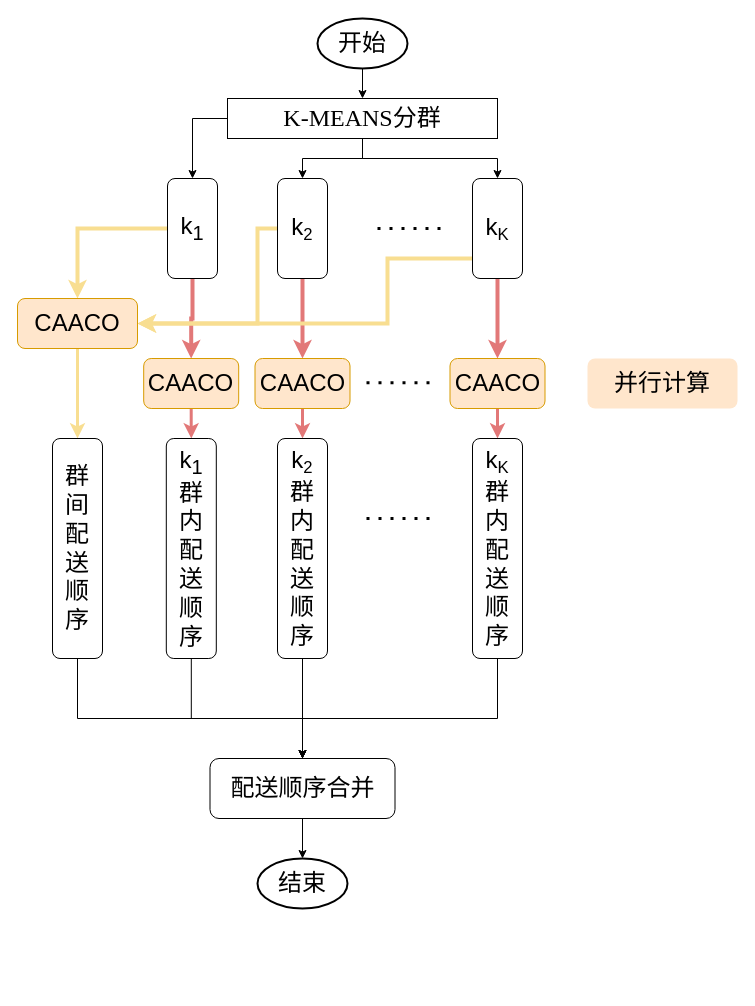
The draw.io diagram 分群CAACO.drawio in AAYESLY/bishe-github, before the edit. Source tidied: cells renumbered, new cells numbered last; positions are measured from the earlier drawing's top-left corner, leaving out a move shared by most shapes. Both pictures are drawn from the tidied source at 100%, with x=0, y=0 at pixel (17, 18).
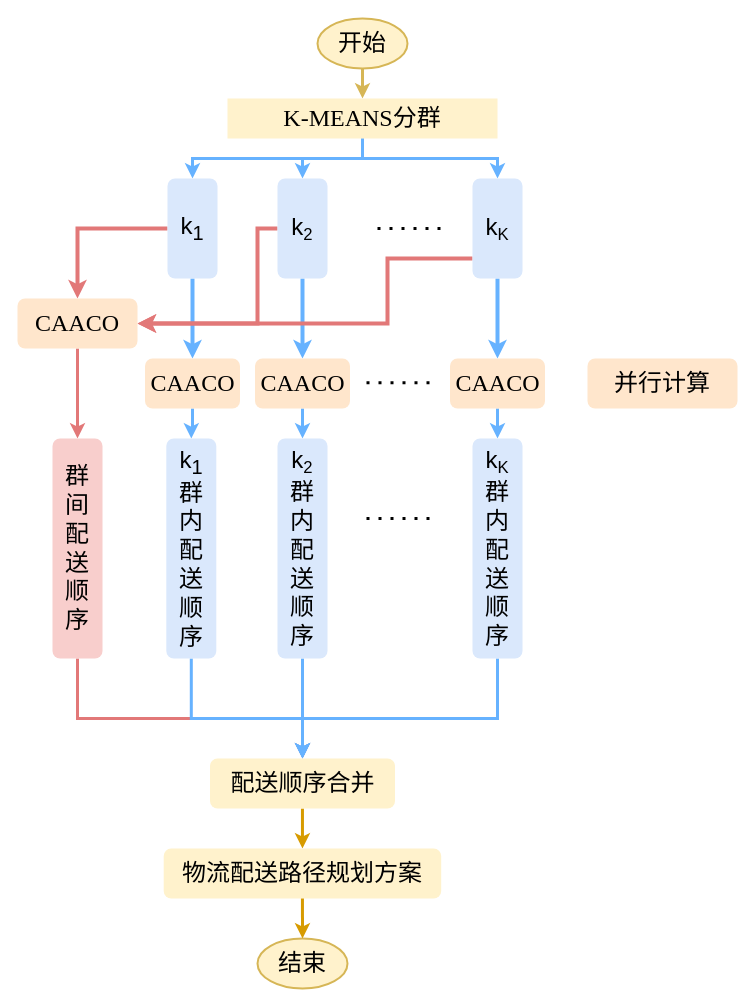
The same page after the edit.

The edit, as a diff of the source:
```diff
@@
-    <mxCell id="2" style="edgeStyle=orthogonalEdgeStyle;rounded=0;jettySize=auto;html=1;fontSize=24;entryX=0.5;entryY=0;entryDx=0;entryDy=0;" parent="1" edge="1" source="3" target="7">
+    <mxCell id="2" style="edgeStyle=orthogonalEdgeStyle;rounded=0;jettySize=auto;html=1;fontSize=24;entryX=0.5;entryY=0;entryDx=0;entryDy=0;strokeWidth=3;fillColor=#fff2cc;strokeColor=#d6b656;" parent="1" edge="1" source="3" target="7">
       <mxGeometry relative="1" as="geometry" />
     </mxCell>
-    <mxCell id="3" value="&lt;font face=&quot;宋体&quot;&gt;开始&lt;/font&gt;" style="strokeWidth=2;html=1;shape=mxgraph.flowchart.start_1;whiteSpace=wrap;fontSize=24;fillColor=none;" parent="1" vertex="1">
+    <mxCell id="3" value="&lt;font face=&quot;宋体&quot;&gt;开始&lt;/font&gt;" style="strokeWidth=2;html=1;shape=mxgraph.flowchart.start_1;whiteSpace=wrap;fontSize=24;fillColor=#fff2cc;strokeColor=#d6b656;" parent="1" vertex="1">
       <mxGeometry x="300" width="90" height="50" as="geometry" />
     </mxCell>
-    <mxCell id="4" style="edgeStyle=orthogonalEdgeStyle;rounded=0;jettySize=auto;html=1;fontSize=24;entryX=0.5;entryY=0;entryDx=0;entryDy=0;" parent="1" edge="1" source="7" target="13">
+    <mxCell id="4" style="edgeStyle=orthogonalEdgeStyle;rounded=0;jettySize=auto;html=1;fontSize=24;entryX=0.5;entryY=0;entryDx=0;entryDy=0;strokeWidth=3;strokeColor=#66B2FF;" parent="1" edge="1" source="7" target="13">
       <mxGeometry relative="1" as="geometry" />
     </mxCell>
-    <mxCell id="5" style="edgeStyle=orthogonalEdgeStyle;rounded=0;jettySize=auto;html=1;entryX=0.5;entryY=0;entryDx=0;entryDy=0;" parent="1" edge="1" source="7" target="10">
-      <mxGeometry relative="1" as="geometry" />
+    <mxCell id="5" style="edgeStyle=orthogonalEdgeStyle;rounded=0;jettySize=auto;html=1;entryX=0.5;entryY=0;entryDx=0;entryDy=0;strokeWidth=3;strokeColor=#66B2FF;" parent="1" edge="1" source="7" target="10">
+      <mxGeometry relative="1" as="geometry">
+        <Array as="points">
+          <mxPoint x="345" y="140" />
+          <mxPoint x="175" y="140" />
+        </Array>
+      </mxGeometry>
     </mxCell>
-    <mxCell id="6" style="edgeStyle=orthogonalEdgeStyle;rounded=0;jettySize=auto;html=1;" parent="1" edge="1" source="7" target="16">
+    <mxCell id="6" style="edgeStyle=orthogonalEdgeStyle;rounded=0;jettySize=auto;html=1;strokeColor=#66B2FF;strokeWidth=3;" parent="1" edge="1" source="7" target="16">
       <mxGeometry relative="1" as="geometry" />
     </mxCell>
-    <mxCell id="7" value="&lt;font face=&quot;Times New Roman&quot;&gt;K-MEANS&lt;/font&gt;&lt;font face=&quot;宋体&quot;&gt;分群&lt;/font&gt;" style="rounded=0;whiteSpace=wrap;html=1;fontSize=24;fillColor=none;" parent="1" vertex="1">
+    <mxCell id="7" value="&lt;font face=&quot;Times New Roman&quot;&gt;K-MEANS&lt;/font&gt;&lt;font face=&quot;宋体&quot;&gt;分群&lt;/font&gt;" style="rounded=0;whiteSpace=wrap;html=1;fontSize=24;fillColor=#fff2cc;strokeColor=none;" parent="1" vertex="1">
       <mxGeometry x="210" y="80" width="270" height="40" as="geometry" />
     </mxCell>
-    <mxCell id="8" style="edgeStyle=orthogonalEdgeStyle;rounded=0;jettySize=auto;html=1;strokeColor=#e27878;strokeWidth=4;" parent="1" edge="1" source="10" target="19">
+    <mxCell id="8" style="edgeStyle=orthogonalEdgeStyle;rounded=0;jettySize=auto;html=1;strokeColor=#66B2FF;strokeWidth=4;" parent="1" edge="1" source="10" target="19">
       <mxGeometry relative="1" as="geometry" />
     </mxCell>
-    <mxCell id="9" style="edgeStyle=orthogonalEdgeStyle;rounded=0;jettySize=auto;html=1;entryX=0.5;entryY=0;entryDx=0;entryDy=0;fillColor=#fff2cc;strokeColor=#f8de91;strokeWidth=4;" parent="1" edge="1" source="10" target="26">
+    <mxCell id="9" style="edgeStyle=orthogonalEdgeStyle;rounded=0;jettySize=auto;html=1;entryX=0.5;entryY=0;entryDx=0;entryDy=0;fillColor=#fff2cc;strokeColor=#e27878;strokeWidth=4;" parent="1" edge="1" source="10" target="26">
       <mxGeometry relative="1" as="geometry" />
     </mxCell>
-    <mxCell id="10" value="&lt;font style=&quot;font-size: 24px;&quot;&gt;k&lt;sub&gt;1&lt;/sub&gt;&lt;/font&gt;" style="rounded=1;whiteSpace=wrap;html=1;fillColor=none;fontFamily=宋体;fontSize=24;" parent="1" vertex="1">
+    <mxCell id="10" value="&lt;font style=&quot;font-size: 24px;&quot;&gt;k&lt;sub&gt;1&lt;/sub&gt;&lt;/font&gt;" style="rounded=1;whiteSpace=wrap;html=1;fillColor=#dae8fc;fontFamily=宋体;fontSize=24;strokeColor=none;" parent="1" vertex="1">
       <mxGeometry x="150" y="160" width="50" height="100" as="geometry" />
     </mxCell>
-    <mxCell id="11" style="edgeStyle=orthogonalEdgeStyle;rounded=0;jettySize=auto;html=1;strokeColor=#e27878;strokeWidth=4;" parent="1" edge="1" source="13" target="21">
+    <mxCell id="11" style="edgeStyle=orthogonalEdgeStyle;rounded=0;jettySize=auto;html=1;strokeColor=#66B2FF;strokeWidth=4;" parent="1" edge="1" source="13" target="21">
       <mxGeometry relative="1" as="geometry" />
     </mxCell>
-    <mxCell id="12" style="edgeStyle=orthogonalEdgeStyle;rounded=0;jettySize=auto;html=1;fillColor=#fff2cc;strokeColor=#f8de91;strokeWidth=4;entryX=1;entryY=0.5;entryDx=0;entryDy=0;" parent="1" edge="1" source="13" target="26">
+    <mxCell id="12" style="edgeStyle=orthogonalEdgeStyle;rounded=0;jettySize=auto;html=1;fillColor=#fff2cc;strokeColor=#E27878;strokeWidth=4;entryX=1;entryY=0.5;entryDx=0;entryDy=0;" parent="1" edge="1" source="13" target="26">
       <mxGeometry relative="1" as="geometry">
         <Array as="points">
           <mxPoint x="240" y="210" />
           <mxPoint x="240" y="305" />
         </Array>
       </mxGeometry>
     </mxCell>
-    <mxCell id="13" value="&lt;font style=&quot;font-size: 24px;&quot;&gt;k&lt;/font&gt;&lt;font style=&quot;font-size: 20px;&quot;&gt;&lt;sub&gt;2&lt;/sub&gt;&lt;/font&gt;" style="rounded=1;whiteSpace=wrap;html=1;fillColor=none;fontFamily=宋体;fontSize=24;" parent="1" vertex="1">
+    <mxCell id="13" value="&lt;font style=&quot;font-size: 24px;&quot;&gt;k&lt;/font&gt;&lt;font style=&quot;font-size: 20px;&quot;&gt;&lt;sub&gt;2&lt;/sub&gt;&lt;/font&gt;" style="rounded=1;whiteSpace=wrap;html=1;fillColor=#dae8fc;fontFamily=宋体;fontSize=24;strokeColor=none;" parent="1" vertex="1">
       <mxGeometry x="260" y="160" width="50" height="100" as="geometry" />
     </mxCell>
-    <mxCell id="14" style="edgeStyle=orthogonalEdgeStyle;rounded=0;jettySize=auto;html=1;entryX=0.5;entryY=0;entryDx=0;entryDy=0;strokeWidth=4;strokeColor=#e27878;" parent="1" edge="1" source="16" target="23">
+    <mxCell id="14" style="edgeStyle=orthogonalEdgeStyle;rounded=0;jettySize=auto;html=1;entryX=0.5;entryY=0;entryDx=0;entryDy=0;strokeWidth=4;strokeColor=#66B2FF;" parent="1" edge="1" source="16" target="23">
       <mxGeometry relative="1" as="geometry" />
     </mxCell>
-    <mxCell id="15" style="edgeStyle=orthogonalEdgeStyle;rounded=0;jettySize=auto;html=1;entryX=1;entryY=0.5;entryDx=0;entryDy=0;fillColor=#fff2cc;strokeColor=#f8de91;strokeWidth=4;" parent="1" edge="1" source="16" target="26">
+    <mxCell id="15" style="edgeStyle=orthogonalEdgeStyle;rounded=0;jettySize=auto;html=1;entryX=1;entryY=0.5;entryDx=0;entryDy=0;fillColor=#fff2cc;strokeColor=#E27878;strokeWidth=4;" parent="1" edge="1" source="16" target="26">
       <mxGeometry relative="1" as="geometry">
         <Array as="points">
           <mxPoint x="370" y="240" />
           <mxPoint x="370" y="305" />
         </Array>
       </mxGeometry>
     </mxCell>
-    <mxCell id="16" value="&lt;font style=&quot;font-size: 24px;&quot;&gt;k&lt;/font&gt;&lt;font style=&quot;font-size: 20px;&quot;&gt;&lt;sub&gt;K&lt;/sub&gt;&lt;/font&gt;" style="rounded=1;whiteSpace=wrap;html=1;fillColor=none;fontFamily=宋体;fontSize=24;" parent="1" vertex="1">
+    <mxCell id="16" value="&lt;font style=&quot;font-size: 24px;&quot;&gt;k&lt;/font&gt;&lt;font style=&quot;font-size: 20px;&quot;&gt;&lt;sub&gt;K&lt;/sub&gt;&lt;/font&gt;" style="rounded=1;whiteSpace=wrap;html=1;fillColor=#dae8fc;fontFamily=宋体;fontSize=24;strokeColor=none;" parent="1" vertex="1">
       <mxGeometry x="455" y="160" width="50" height="100" as="geometry" />
     </mxCell>
@@
-    <mxCell id="18" style="edgeStyle=orthogonalEdgeStyle;rounded=0;jettySize=auto;html=1;strokeWidth=3;strokeColor=#e27878;" parent="1" edge="1" source="19" target="30">
+    <mxCell id="18" style="edgeStyle=orthogonalEdgeStyle;rounded=0;jettySize=auto;html=1;strokeWidth=3;strokeColor=#66B2FF;" parent="1" edge="1" source="19" target="30">
       <mxGeometry relative="1" as="geometry" />
     </mxCell>
-    <mxCell id="19" value="CAACO" style="rounded=1;whiteSpace=wrap;html=1;fillColor=#ffe6cc;fontFamily=宋体;fontSize=24;strokeColor=#d79b00;" parent="1" vertex="1">
-      <mxGeometry x="126.2" y="340" width="95" height="50" as="geometry" />
+    <mxCell id="19" value="&lt;font face=&quot;Times New Roman&quot;&gt;CAACO&lt;/font&gt;" style="rounded=1;whiteSpace=wrap;html=1;fillColor=#ffe6cc;fontFamily=宋体;fontSize=24;strokeColor=none;" parent="1" vertex="1">
+      <mxGeometry x="127.5" y="340" width="95" height="50" as="geometry" />
     </mxCell>
-    <mxCell id="20" style="edgeStyle=orthogonalEdgeStyle;rounded=0;jettySize=auto;html=1;strokeWidth=3;strokeColor=#e27878;" parent="1" edge="1" source="21" target="32">
+    <mxCell id="20" style="edgeStyle=orthogonalEdgeStyle;rounded=0;jettySize=auto;html=1;strokeWidth=3;strokeColor=#66B2FF;" parent="1" edge="1" source="21" target="32">
       <mxGeometry relative="1" as="geometry" />
     </mxCell>
-    <mxCell id="21" value="CAACO" style="rounded=1;whiteSpace=wrap;html=1;fillColor=#ffe6cc;fontFamily=宋体;fontSize=24;strokeColor=#d79b00;" parent="1" vertex="1">
+    <mxCell id="21" value="&lt;font face=&quot;Times New Roman&quot;&gt;CAACO&lt;/font&gt;" style="rounded=1;whiteSpace=wrap;html=1;fillColor=#ffe6cc;fontFamily=宋体;fontSize=24;strokeColor=none;" parent="1" vertex="1">
       <mxGeometry x="237.5" y="340" width="95" height="50" as="geometry" />
     </mxCell>
-    <mxCell id="22" style="edgeStyle=orthogonalEdgeStyle;rounded=0;jettySize=auto;html=1;strokeWidth=3;strokeColor=#e27878;" parent="1" edge="1" source="23" target="34">
+    <mxCell id="22" style="edgeStyle=orthogonalEdgeStyle;rounded=0;jettySize=auto;html=1;strokeWidth=3;strokeColor=#66B2FF;" parent="1" edge="1" source="23" target="34">
       <mxGeometry relative="1" as="geometry" />
     </mxCell>
-    <mxCell id="23" value="CAACO" style="rounded=1;whiteSpace=wrap;html=1;fillColor=#ffe6cc;fontFamily=宋体;fontSize=24;strokeColor=#d79b00;" parent="1" vertex="1">
+    <mxCell id="23" value="&lt;font face=&quot;Times New Roman&quot;&gt;CAACO&lt;/font&gt;" style="rounded=1;whiteSpace=wrap;html=1;fillColor=#ffe6cc;fontFamily=宋体;fontSize=24;strokeColor=none;" parent="1" vertex="1">
       <mxGeometry x="432.5" y="340" width="95" height="50" as="geometry" />
     </mxCell>
@@
-    <mxCell id="25" style="edgeStyle=orthogonalEdgeStyle;rounded=0;jettySize=auto;html=1;strokeWidth=3;strokeColor=#f8de91;" parent="1" edge="1" source="26" target="28">
+    <mxCell id="25" style="edgeStyle=orthogonalEdgeStyle;rounded=0;jettySize=auto;html=1;strokeWidth=3;strokeColor=#E27878;" parent="1" edge="1" source="26" target="28">
       <mxGeometry relative="1" as="geometry" />
     </mxCell>
-    <mxCell id="26" value="CAACO" style="rounded=1;whiteSpace=wrap;html=1;fillColor=#ffe6cc;fontFamily=宋体;fontSize=24;strokeColor=#d79b00;" parent="1" vertex="1">
+    <mxCell id="26" value="&lt;font face=&quot;Times New Roman&quot;&gt;CAACO&lt;/font&gt;" style="rounded=1;whiteSpace=wrap;html=1;fillColor=#ffe6cc;fontFamily=宋体;fontSize=24;strokeColor=none;" parent="1" vertex="1">
       <mxGeometry y="280" width="120" height="50" as="geometry" />
     </mxCell>
-    <mxCell id="27" style="edgeStyle=orthogonalEdgeStyle;rounded=0;jettySize=auto;html=1;" parent="1" edge="1" source="28" target="38">
+    <mxCell id="27" style="edgeStyle=orthogonalEdgeStyle;rounded=0;jettySize=auto;html=1;fillColor=#fff2cc;strokeColor=#E27878;strokeWidth=3;" parent="1" edge="1" source="28" target="38">
       <mxGeometry relative="1" as="geometry">
         <Array as="points">
           <mxPoint x="60" y="700" />
           <mxPoint x="285" y="700" />
         </Array>
       </mxGeometry>
     </mxCell>
-    <mxCell id="28" value="群&lt;div&gt;间&lt;/div&gt;&lt;div&gt;配&lt;/div&gt;&lt;div&gt;送&lt;/div&gt;&lt;div&gt;顺&lt;/div&gt;&lt;div&gt;序&lt;/div&gt;" style="rounded=1;whiteSpace=wrap;html=1;fillColor=none;fontFamily=宋体;fontSize=24;" parent="1" vertex="1">
+    <mxCell id="28" value="群&lt;div&gt;间&lt;/div&gt;&lt;div&gt;配&lt;/div&gt;&lt;div&gt;送&lt;/div&gt;&lt;div&gt;顺&lt;/div&gt;&lt;div&gt;序&lt;/div&gt;" style="rounded=1;whiteSpace=wrap;html=1;fillColor=#f8cecc;fontFamily=宋体;fontSize=24;strokeColor=none;" parent="1" vertex="1">
       <mxGeometry x="35" y="420" width="50" height="220" as="geometry" />
     </mxCell>
-    <mxCell id="29" style="edgeStyle=orthogonalEdgeStyle;rounded=0;jettySize=auto;html=1;entryX=0.5;entryY=0;entryDx=0;entryDy=0;" parent="1" edge="1" source="30" target="38">
+    <mxCell id="29" style="edgeStyle=orthogonalEdgeStyle;rounded=0;jettySize=auto;html=1;entryX=0.5;entryY=0;entryDx=0;entryDy=0;strokeWidth=3;strokeColor=#66B2FF;" parent="1" edge="1" source="30" target="38">
       <mxGeometry relative="1" as="geometry">
         <Array as="points">
           <mxPoint x="174" y="700" />
           <mxPoint x="285" y="700" />
         </Array>
       </mxGeometry>
     </mxCell>
-    <mxCell id="30" value="&lt;div&gt;k&lt;sub&gt;1&lt;/sub&gt;&lt;/div&gt;群&lt;div&gt;&lt;span style=&quot;background-color: initial;&quot;&gt;内&lt;/span&gt;&lt;/div&gt;&lt;div&gt;&lt;span style=&quot;background-color: initial;&quot;&gt;配&lt;/span&gt;&lt;br&gt;&lt;/div&gt;&lt;div&gt;送&lt;/div&gt;&lt;div&gt;顺&lt;/div&gt;&lt;div&gt;序&lt;/div&gt;" style="rounded=1;whiteSpace=wrap;html=1;fillColor=none;fontFamily=宋体;fontSize=24;" parent="1" vertex="1">
+    <mxCell id="30" value="&lt;div&gt;k&lt;sub&gt;1&lt;/sub&gt;&lt;/div&gt;群&lt;div&gt;&lt;span style=&quot;background-color: initial;&quot;&gt;内&lt;/span&gt;&lt;/div&gt;&lt;div&gt;&lt;span style=&quot;background-color: initial;&quot;&gt;配&lt;/span&gt;&lt;br&gt;&lt;/div&gt;&lt;div&gt;送&lt;/div&gt;&lt;div&gt;顺&lt;/div&gt;&lt;div&gt;序&lt;/div&gt;" style="rounded=1;whiteSpace=wrap;html=1;fillColor=#dae8fc;fontFamily=宋体;fontSize=24;strokeColor=none;" parent="1" vertex="1">
       <mxGeometry x="148.8" y="420" width="50" height="220" as="geometry" />
     </mxCell>
-    <mxCell id="31" style="edgeStyle=orthogonalEdgeStyle;rounded=0;jettySize=auto;html=1;entryX=0.5;entryY=0;entryDx=0;entryDy=0;" parent="1" edge="1" source="32" target="38">
+    <mxCell id="31" style="edgeStyle=orthogonalEdgeStyle;rounded=0;jettySize=auto;html=1;entryX=0.5;entryY=0;entryDx=0;entryDy=0;strokeWidth=3;strokeColor=#66B2FF;" parent="1" edge="1" source="32" target="38">
       <mxGeometry relative="1" as="geometry" />
     </mxCell>
-    <mxCell id="32" value="&lt;div&gt;k&lt;span style=&quot;font-size: 20px;&quot;&gt;&lt;sub&gt;2&lt;/sub&gt;&lt;/span&gt;&lt;/div&gt;群&lt;div&gt;&lt;span style=&quot;background-color: initial;&quot;&gt;内&lt;/span&gt;&lt;/div&gt;&lt;div&gt;&lt;span style=&quot;background-color: initial;&quot;&gt;配&lt;/span&gt;&lt;br&gt;&lt;/div&gt;&lt;div&gt;送&lt;/div&gt;&lt;div&gt;顺&lt;/div&gt;&lt;div&gt;序&lt;/div&gt;" style="rounded=1;whiteSpace=wrap;html=1;fillColor=none;fontFamily=宋体;fontSize=24;" parent="1" vertex="1">
+    <mxCell id="32" value="&lt;div&gt;k&lt;span style=&quot;font-size: 20px;&quot;&gt;&lt;sub&gt;2&lt;/sub&gt;&lt;/span&gt;&lt;/div&gt;群&lt;div&gt;&lt;span style=&quot;background-color: initial;&quot;&gt;内&lt;/span&gt;&lt;/div&gt;&lt;div&gt;&lt;span style=&quot;background-color: initial;&quot;&gt;配&lt;/span&gt;&lt;br&gt;&lt;/div&gt;&lt;div&gt;送&lt;/div&gt;&lt;div&gt;顺&lt;/div&gt;&lt;div&gt;序&lt;/div&gt;" style="rounded=1;whiteSpace=wrap;html=1;fillColor=#dae8fc;fontFamily=宋体;fontSize=24;strokeColor=none;" parent="1" vertex="1">
       <mxGeometry x="260" y="420" width="50" height="220" as="geometry" />
     </mxCell>
-    <mxCell id="33" style="edgeStyle=orthogonalEdgeStyle;rounded=0;jettySize=auto;html=1;entryX=0.5;entryY=0;entryDx=0;entryDy=0;" parent="1" edge="1" source="34" target="38">
+    <mxCell id="33" style="edgeStyle=orthogonalEdgeStyle;rounded=0;jettySize=auto;html=1;entryX=0.5;entryY=0;entryDx=0;entryDy=0;strokeWidth=3;strokeColor=#66B2FF;" parent="1" edge="1" source="34" target="38">
       <mxGeometry relative="1" as="geometry">
         <Array as="points">
           <mxPoint x="480" y="700" />
           <mxPoint x="285" y="700" />
         </Array>
       </mxGeometry>
     </mxCell>
-    <mxCell id="34" value="&lt;div&gt;k&lt;span style=&quot;font-size: 20px;&quot;&gt;&lt;sub&gt;K&lt;/sub&gt;&lt;/span&gt;&lt;/div&gt;群&lt;div&gt;&lt;span style=&quot;background-color: initial;&quot;&gt;内&lt;/span&gt;&lt;/div&gt;&lt;div&gt;&lt;span style=&quot;background-color: initial;&quot;&gt;配&lt;/span&gt;&lt;br&gt;&lt;/div&gt;&lt;div&gt;送&lt;/div&gt;&lt;div&gt;顺&lt;/div&gt;&lt;div&gt;序&lt;/div&gt;" style="rounded=1;whiteSpace=wrap;html=1;fillColor=none;fontFamily=宋体;fontSize=24;" parent="1" vertex="1">
+    <mxCell id="34" value="&lt;div&gt;k&lt;span style=&quot;font-size: 20px;&quot;&gt;&lt;sub&gt;K&lt;/sub&gt;&lt;/span&gt;&lt;/div&gt;群&lt;div&gt;&lt;span style=&quot;background-color: initial;&quot;&gt;内&lt;/span&gt;&lt;/div&gt;&lt;div&gt;&lt;span style=&quot;background-color: initial;&quot;&gt;配&lt;/span&gt;&lt;br&gt;&lt;/div&gt;&lt;div&gt;送&lt;/div&gt;&lt;div&gt;顺&lt;/div&gt;&lt;div&gt;序&lt;/div&gt;" style="rounded=1;whiteSpace=wrap;html=1;fillColor=#dae8fc;fontFamily=宋体;fontSize=24;strokeColor=none;" parent="1" vertex="1">
       <mxGeometry x="455" y="420" width="50" height="220" as="geometry" />
     </mxCell>
@@
-    <mxCell id="37" style="edgeStyle=orthogonalEdgeStyle;rounded=0;jettySize=auto;html=1;entryX=0.5;entryY=0;entryDx=0;entryDy=0;entryPerimeter=0;" parent="1" edge="1" source="38" target="39">
+    <mxCell id="37" style="edgeStyle=orthogonalEdgeStyle;rounded=0;jettySize=auto;html=1;entryX=0.5;entryY=0;entryDx=0;entryDy=0;fillColor=#ffe6cc;strokeColor=#d79b00;strokeWidth=3;" parent="1" edge="1" source="38" target="40">
       <mxGeometry relative="1" as="geometry" />
     </mxCell>
-    <mxCell id="38" value="配送顺序合并" style="whiteSpace=wrap;html=1;fontSize=24;fontFamily=宋体;fillColor=none;rounded=1;" parent="1" vertex="1">
-      <mxGeometry x="192.5" y="740" width="185" height="60" as="geometry" />
+    <mxCell id="38" value="配送顺序合并" style="whiteSpace=wrap;html=1;fontSize=24;fontFamily=宋体;fillColor=#fff2cc;rounded=1;strokeColor=none;" parent="1" vertex="1">
+      <mxGeometry x="192.5" y="740" width="185" height="50" as="geometry" />
     </mxCell>
-    <mxCell id="39" value="&lt;font face=&quot;宋体&quot;&gt;结束&lt;/font&gt;" style="strokeWidth=2;html=1;shape=mxgraph.flowchart.start_1;whiteSpace=wrap;fontSize=24;fillColor=none;" parent="1" vertex="1">
-      <mxGeometry x="240" y="840" width="90" height="50" as="geometry" />
+    <mxCell id="39" value="&lt;font face=&quot;宋体&quot;&gt;结束&lt;/font&gt;" style="strokeWidth=2;html=1;shape=mxgraph.flowchart.start_1;whiteSpace=wrap;fontSize=24;fillColor=#fff2cc;strokeColor=#d6b656;" parent="1" vertex="1">
+      <mxGeometry x="240" y="920" width="90" height="50" as="geometry" />
     </mxCell>
+    <mxCell id="40" value="物流配送路径规划方案" style="whiteSpace=wrap;html=1;fontSize=24;fontFamily=宋体;fillColor=#fff2cc;rounded=1;strokeColor=none;" parent="1" vertex="1">
+      <mxGeometry x="146.2" y="830" width="277.5" height="50" as="geometry" />
+    </mxCell>
+    <mxCell id="41" style="edgeStyle=orthogonalEdgeStyle;rounded=0;jettySize=auto;html=1;fillColor=#ffe6cc;strokeColor=#d79b00;strokeWidth=3;exitX=0.5;exitY=1;exitDx=0;exitDy=0;entryX=0.5;entryY=0;entryDx=0;entryDy=0;entryPerimeter=0;" parent="1" edge="1" source="40" target="39">
+      <mxGeometry relative="1" as="geometry" />
+    </mxCell>
```
